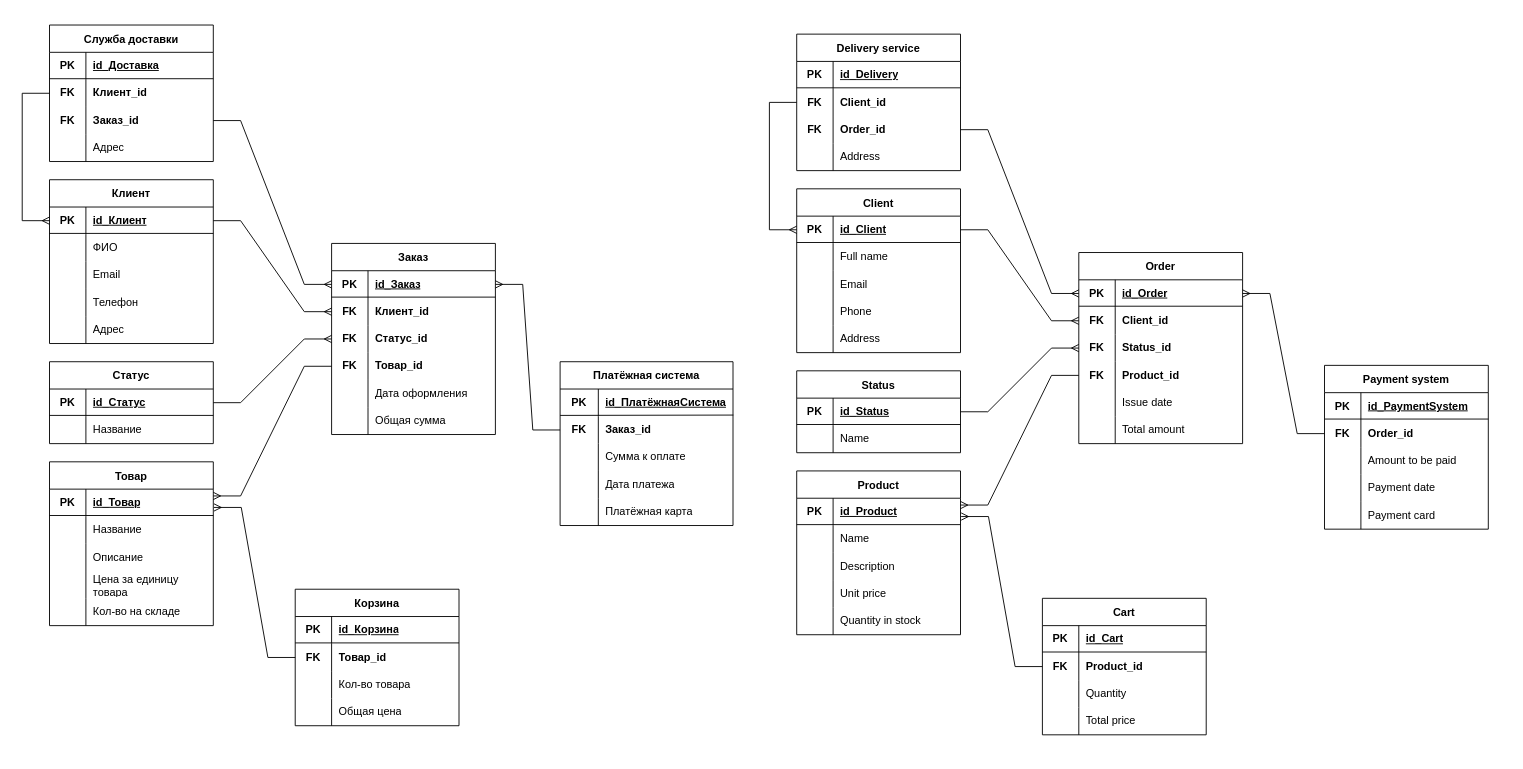
This is page "Логическая модель" (7 of 8) of Все диаграммы.drawio from AnnaOtchina/AnnaKyrsach, a draw.io file, before an edit. Source tidied: cells renumbered, new cells numbered last; positions are measured from the earlier drawing's top-left corner, leaving out a move shared by most shapes. Both pictures are drawn from the tidied source at 91%, with x=0, y=0 at pixel (22, 25).
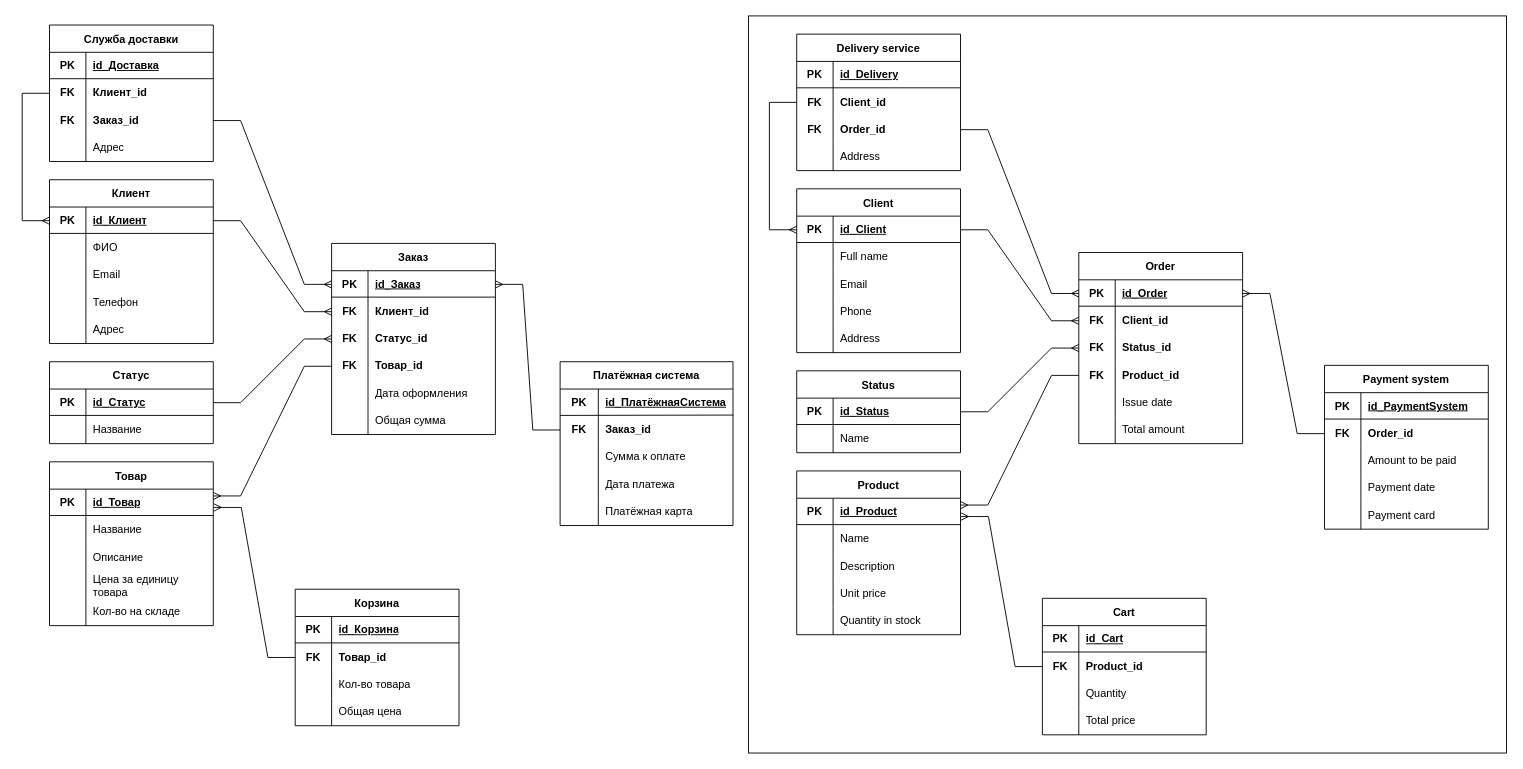
After the change.

The edit, as a diff of the source:
```diff
@@
+    <mxCell id="230" style="rounded=0;whiteSpace=wrap;html=1;" parent="1" vertex="1">
+      <mxGeometry x="798" y="-10" width="833" height="810" as="geometry" />
+    </mxCell>
```
